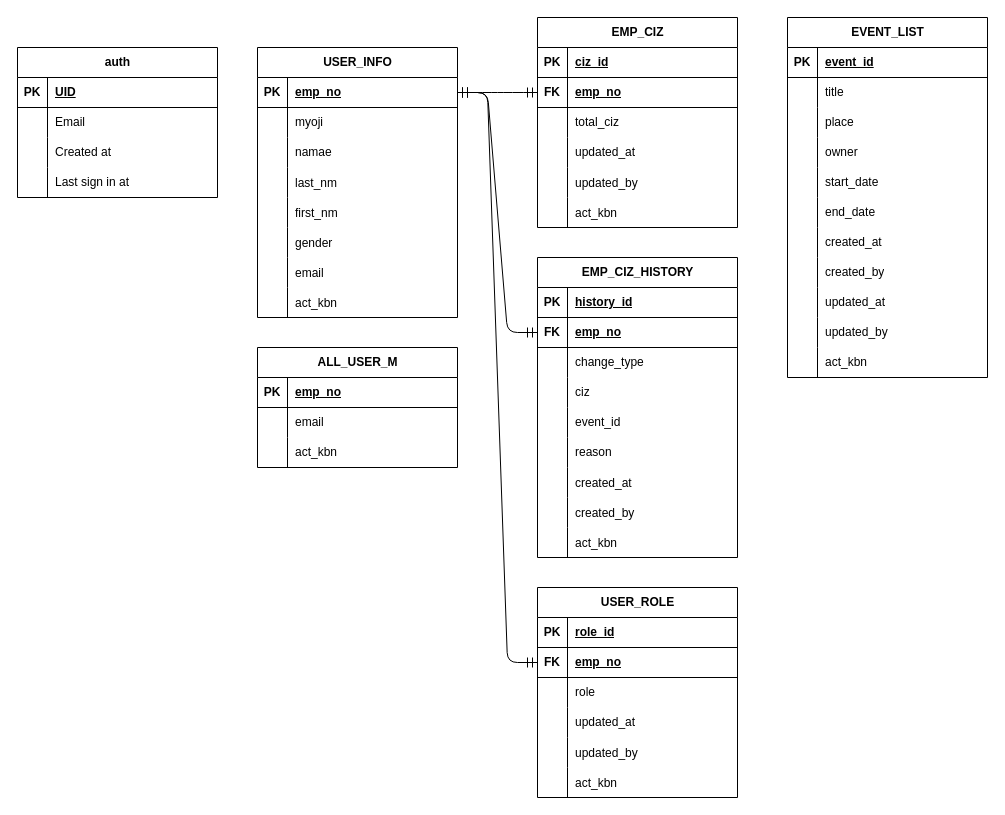
This is sopha.drawio from FumiyaOtokozawa/sopha, a draw.io file, before an edit. Source tidied: cells renumbered, new cells numbered last; positions are measured from the earlier drawing's top-left corner, leaving out a move shared by most shapes. Both pictures are drawn from the tidied source at 100%, with x=0, y=0 at pixel (17, 17).
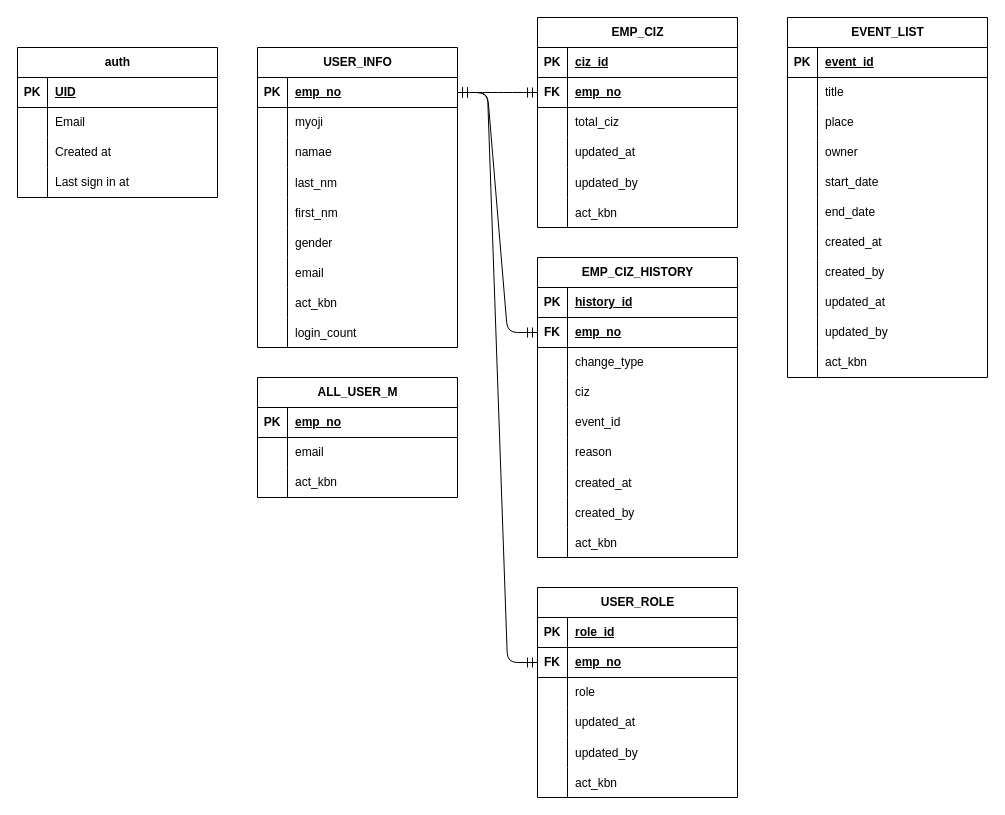
After the change.

Commit message:
sopha.drawio を更新します

The edit, as a diff of the source:
```diff
@@
     <mxCell id="15" value="USER_INFO" style="shape=table;startSize=30;childLayout=tableLayout;rowLines=0;fontStyle=1;align=center;html=1;" parent="1" vertex="1">
-      <mxGeometry x="240" y="30" width="200" height="270" as="geometry" />
+      <mxGeometry x="240" y="30" width="200" height="300" as="geometry" />
     </mxCell>
@@
+    <mxCell id="153" style="shape=tableRow;horizontal=0;startSize=0;swimlaneHead=0;swimlaneBody=0;fillColor=none;top=0;left=0;right=0;bottom=0;" parent="15" vertex="1">
+      <mxGeometry y="270" width="200" height="30" as="geometry" />
+    </mxCell>
+    <mxCell id="154" style="shape=partialRectangle;fillColor=none;top=0;left=0;bottom=0;right=0;overflow=hidden;" parent="153" vertex="1">
+      <mxGeometry width="30" height="30" as="geometry" />
+    </mxCell>
+    <mxCell id="155" value="login_count" style="shape=partialRectangle;fillColor=none;top=0;left=0;bottom=0;right=0;align=left;spacingLeft=6;overflow=hidden;" parent="153" vertex="1">
+      <mxGeometry x="30" width="170" height="30" as="geometry" />
+    </mxCell>
@@
     <mxCell id="143" value="ALL_USER_M" style="shape=table;startSize=30;childLayout=tableLayout;rowLines=0;fontStyle=1;align=center;html=1;" parent="1" vertex="1">
-      <mxGeometry x="240" y="330" width="200" height="120" as="geometry" />
+      <mxGeometry x="240" y="360" width="200" height="120" as="geometry" />
     </mxCell>
```
